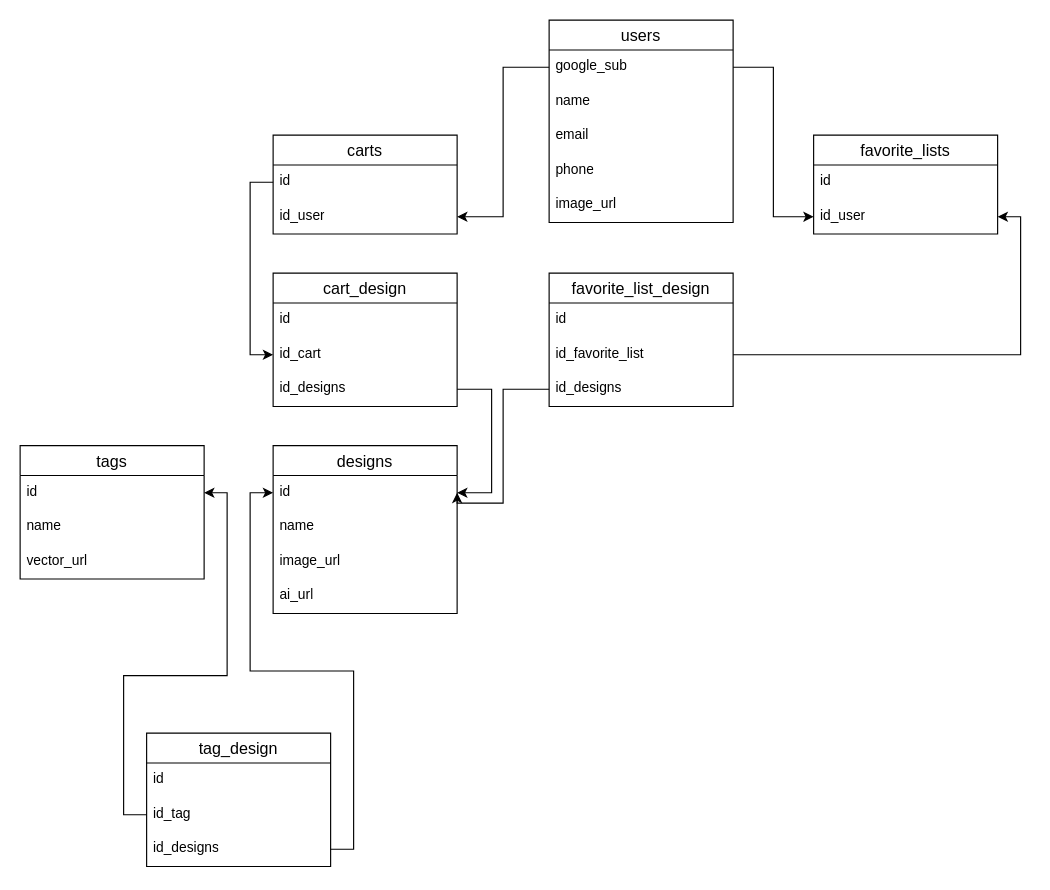
Earlier version of the draw.io diagram planning/memorable_mer.drawio (jjhbotache/memorable_3_back). Source tidied: cells renumbered, new cells numbered last; positions are measured from the earlier drawing's top-left corner, leaving out a move shared by most shapes. Both pictures are drawn from the tidied source at 115%, with x=0, y=0 at pixel (20, 20).
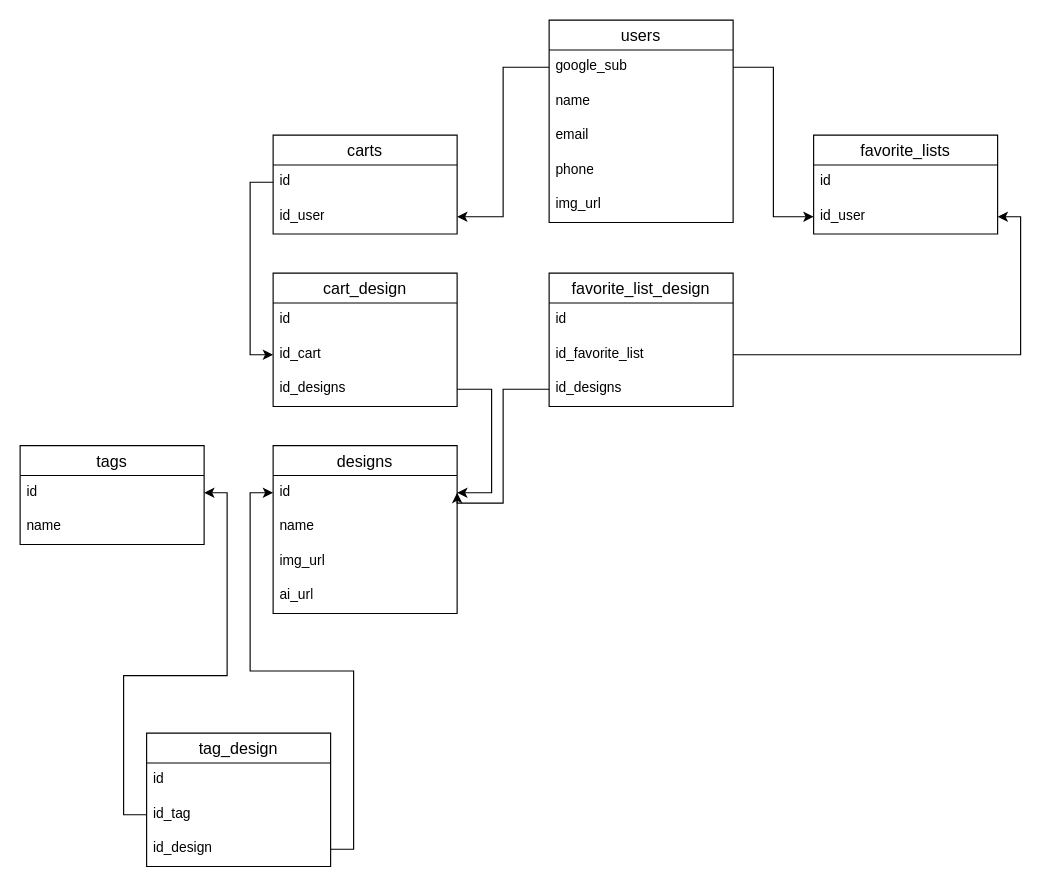
Above is the later version.

Unchanged cells that the change refers to:
```xml
<mxCell id="2" value="users" style="swimlane;fontStyle=0;horizontal=1;startSize=26;align=center;fontSize=14;" parent="1" vertex="1">
  <mxGeometry x="460" width="160" height="176" as="geometry" />
</mxCell>
<mxCell id="12" value="designs" style="swimlane;fontStyle=0;horizontal=1;startSize=26;align=center;fontSize=14;" parent="1" vertex="1">
  <mxGeometry x="220" y="370" width="160" height="146" as="geometry" />
</mxCell>
<mxCell id="21" value="tag_design" style="swimlane;fontStyle=0;horizontal=1;startSize=26;align=center;fontSize=14;" parent="1" vertex="1">
  <mxGeometry x="110" y="620" width="160" height="116" as="geometry" />
</mxCell>
```

The edit, as a diff of the source:
```diff
@@
-    <mxCell id="7" value="image_url" style="text;strokeColor=none;fillColor=none;spacingLeft=4;spacingRight=4;overflow=hidden;fontSize=12;whiteSpace=wrap;html=1;" parent="2" vertex="1">
+    <mxCell id="7" value="img_url" style="text;strokeColor=none;fillColor=none;spacingLeft=4;spacingRight=4;overflow=hidden;fontSize=12;whiteSpace=wrap;html=1;" parent="2" vertex="1">
       <mxGeometry y="146" width="160" height="30" as="geometry" />
     </mxCell>
@@
-    <mxCell id="15" value="image_url" style="text;strokeColor=none;fillColor=none;spacingLeft=4;spacingRight=4;overflow=hidden;fontSize=12;whiteSpace=wrap;html=1;" parent="12" vertex="1">
+    <mxCell id="15" value="img_url" style="text;strokeColor=none;fillColor=none;spacingLeft=4;spacingRight=4;overflow=hidden;fontSize=12;whiteSpace=wrap;html=1;" parent="12" vertex="1">
       <mxGeometry y="86" width="160" height="30" as="geometry" />
     </mxCell>
@@
     <mxCell id="17" value="tags" style="swimlane;fontStyle=0;horizontal=1;startSize=26;align=center;fontSize=14;" parent="1" vertex="1">
-      <mxGeometry y="370" width="160" height="116" as="geometry" />
+      <mxGeometry y="370" width="160" height="86" as="geometry" />
     </mxCell>
@@
-    <mxCell id="20" value="vector_url" style="text;strokeColor=none;fillColor=none;spacingLeft=4;spacingRight=4;overflow=hidden;fontSize=12;whiteSpace=wrap;html=1;" parent="17" vertex="1">
-      <mxGeometry y="86" width="160" height="30" as="geometry" />
-    </mxCell>
@@
-    <mxCell id="24" value="id_designs" style="text;strokeColor=none;fillColor=none;spacingLeft=4;spacingRight=4;overflow=hidden;points=[[0,0.5],[1,0.5]];portConstraint=eastwest;fontSize=12;whiteSpace=wrap;html=1;" parent="21" vertex="1">
+    <mxCell id="24" value="id_design" style="text;strokeColor=none;fillColor=none;spacingLeft=4;spacingRight=4;overflow=hidden;points=[[0,0.5],[1,0.5]];portConstraint=eastwest;fontSize=12;whiteSpace=wrap;html=1;" parent="21" vertex="1">
       <mxGeometry y="86" width="160" height="30" as="geometry" />
     </mxCell>
```
